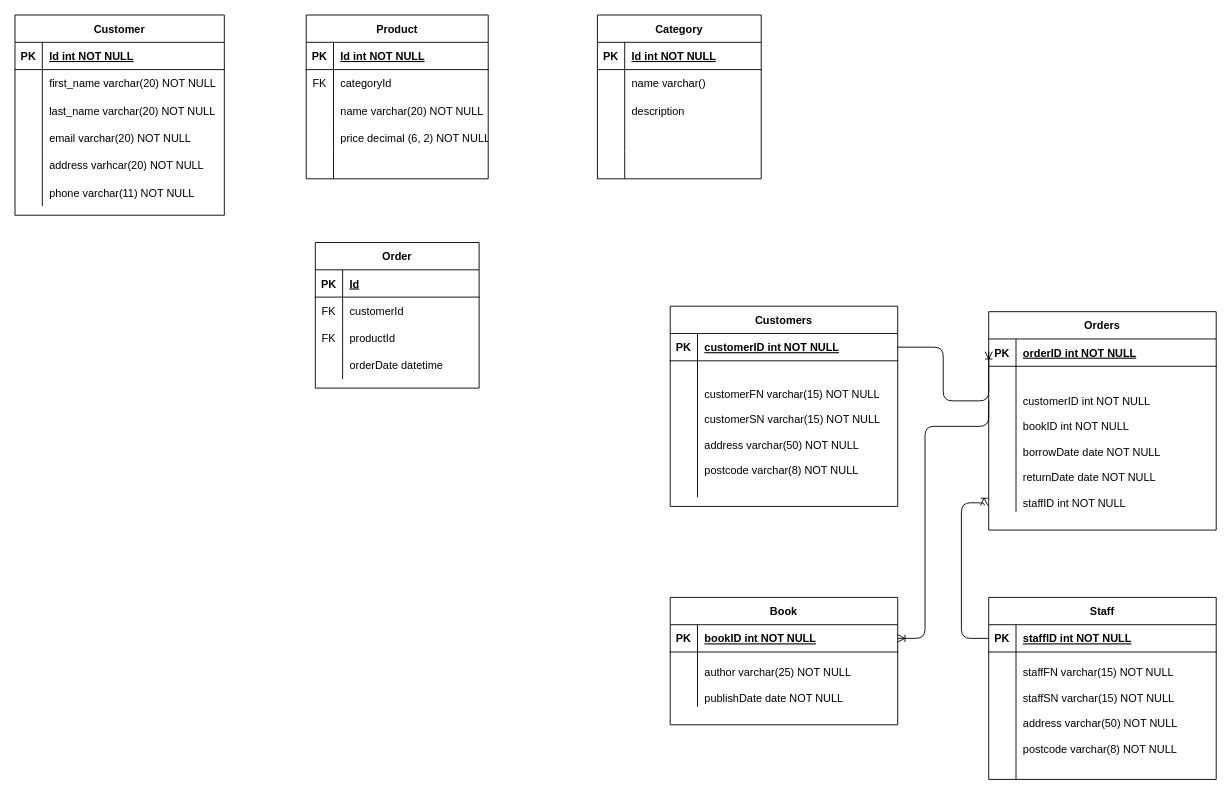
Above: Untitled Diagram.drawio in safyaan-afzal/IMS (draw.io), before the change. Source tidied: cells renumbered, new cells numbered last; positions are measured from the earlier drawing's top-left corner, leaving out a move shared by most shapes. Both pictures are drawn from the tidied source at 91%, with x=0, y=0 at pixel (15, 15).
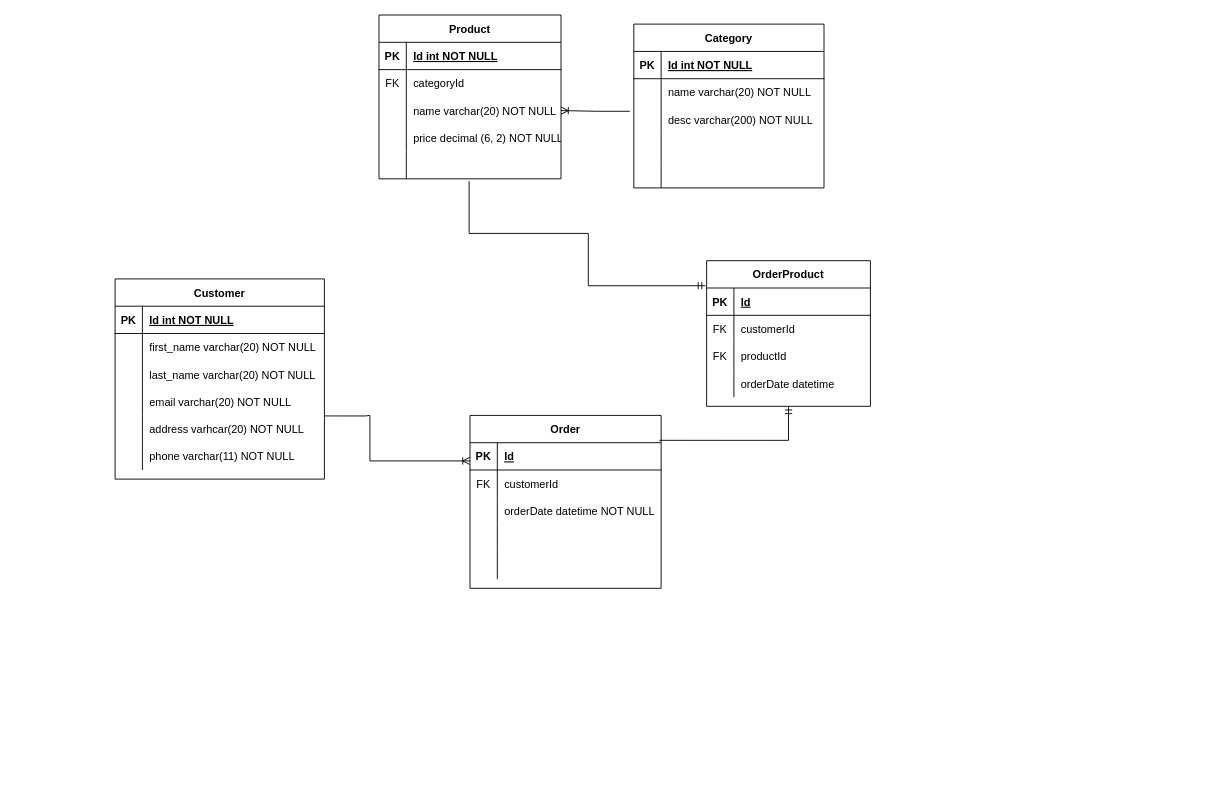
Above is the later version.

The change refers to these unchanged cells:
```xml
<mxCell id="9" style="shape=tableRow;horizontal=0;startSize=0;swimlaneHead=0;swimlaneBody=0;fillColor=none;points=[[0,0.5],[1,0.5]];portConstraint=eastwest;top=0;left=0;right=0;bottom=0;" parent="2" vertex="1">
  <mxGeometry y="90" width="200" height="30" as="geometry" />
</mxCell>
<mxCell id="15" style="shape=tableRow;horizontal=0;startSize=0;swimlaneHead=0;swimlaneBody=0;fillColor=none;points=[[0,0.5],[1,0.5]];portConstraint=eastwest;top=0;left=0;right=0;bottom=0;" parent="2" vertex="1">
  <mxGeometry y="150" width="200" height="30" as="geometry" />
</mxCell>
<mxCell id="44" style="shape=tableRow;horizontal=0;startSize=0;swimlaneHead=0;swimlaneBody=0;fillColor=none;points=[[0,0.5],[1,0.5]];portConstraint=eastwest;top=0;left=0;right=0;bottom=0;" parent="31" vertex="1">
  <mxGeometry y="150" width="230" height="30" as="geometry" />
</mxCell>
```

Change to the diagram source:
```diff
@@
     <mxCell id="2" value="Product" style="shape=table;startSize=30;childLayout=tableLayout;rowLines=0;fontStyle=1;align=center;" parent="1" vertex="1">
-      <mxGeometry x="320" width="200" height="180" as="geometry" />
+      <mxGeometry x="400" width="200" height="180" as="geometry" />
     </mxCell>
@@
     <mxCell id="18" value="Order" style="shape=table;startSize=30;childLayout=tableLayout;rowLines=0;fontStyle=1;align=center;" parent="1" vertex="1">
-      <mxGeometry x="330" y="250" width="180" height="160" as="geometry" />
+      <mxGeometry x="500" y="440" width="210" height="190" as="geometry" />
     </mxCell>
     <mxCell id="19" style="shape=tableRow;horizontal=0;startSize=0;swimlaneHead=0;swimlaneBody=0;fillColor=none;points=[[0,0.5],[1,0.5]];portConstraint=eastwest;top=0;left=0;right=0;bottom=1;" parent="18" vertex="1">
-      <mxGeometry y="30" width="180" height="30" as="geometry" />
+      <mxGeometry y="30" width="210" height="30" as="geometry" />
     </mxCell>
@@
     <mxCell id="21" value="Id" style="shape=partialRectangle;fillColor=none;top=0;left=0;bottom=0;right=0;align=left;spacingLeft=6;fontStyle=5;overflow=hidden;" parent="19" vertex="1">
-      <mxGeometry x="30" width="150" height="30" as="geometry" />
+      <mxGeometry x="30" width="180" height="30" as="geometry" />
     </mxCell>
     <mxCell id="22" style="shape=tableRow;horizontal=0;startSize=0;swimlaneHead=0;swimlaneBody=0;fillColor=none;top=0;left=0;right=0;bottom=0;" parent="18" vertex="1">
-      <mxGeometry y="60" width="180" height="30" as="geometry" />
+      <mxGeometry y="60" width="210" height="30" as="geometry" />
     </mxCell>
@@
     <mxCell id="24" value="customerId" style="shape=partialRectangle;fillColor=none;top=0;left=0;bottom=0;right=0;align=left;spacingLeft=6;overflow=hidden;" parent="22" vertex="1">
-      <mxGeometry x="30" width="150" height="30" as="geometry" />
+      <mxGeometry x="30" width="180" height="30" as="geometry" />
     </mxCell>
+    <mxCell id="98" style="shape=tableRow;horizontal=0;startSize=0;swimlaneHead=0;swimlaneBody=0;fillColor=none;top=0;left=0;right=0;bottom=0;" parent="18" vertex="1">
+      <mxGeometry y="90" width="210" height="30" as="geometry" />
+    </mxCell>
+    <mxCell id="99" style="shape=partialRectangle;fillColor=none;top=0;left=0;bottom=0;right=0;overflow=hidden;" parent="98" vertex="1">
+      <mxGeometry width="30" height="30" as="geometry" />
+    </mxCell>
+    <mxCell id="100" style="shape=partialRectangle;fillColor=none;top=0;left=0;bottom=0;right=0;align=left;spacingLeft=6;overflow=hidden;" parent="98" vertex="1">
+      <mxGeometry x="30" width="180" height="30" as="geometry" />
+    </mxCell>
     <mxCell id="25" style="shape=tableRow;horizontal=0;startSize=0;swimlaneHead=0;swimlaneBody=0;fillColor=none;top=0;left=0;right=0;bottom=0;" parent="18" vertex="1">
-      <mxGeometry y="90" width="180" height="30" as="geometry" />
+      <mxGeometry y="120" width="210" height="30" as="geometry" />
     </mxCell>
-    <mxCell id="26" value="FK" style="shape=partialRectangle;fillColor=none;top=0;left=0;bottom=0;right=0;overflow=hidden;" parent="25" vertex="1">
+    <mxCell id="26" style="shape=partialRectangle;fillColor=none;top=0;left=0;bottom=0;right=0;overflow=hidden;" parent="25" vertex="1">
       <mxGeometry width="30" height="30" as="geometry" />
     </mxCell>
-    <mxCell id="27" value="productId" style="shape=partialRectangle;fillColor=none;top=0;left=0;bottom=0;right=0;align=left;spacingLeft=6;overflow=hidden;" parent="25" vertex="1">
-      <mxGeometry x="30" width="150" height="30" as="geometry" />
+    <mxCell id="27" style="shape=partialRectangle;fillColor=none;top=0;left=0;bottom=0;right=0;align=left;spacingLeft=6;overflow=hidden;" parent="25" vertex="1">
+      <mxGeometry x="30" width="180" height="30" as="geometry" />
     </mxCell>
     <mxCell id="28" style="shape=tableRow;horizontal=0;startSize=0;swimlaneHead=0;swimlaneBody=0;fillColor=none;top=0;left=0;right=0;bottom=0;" parent="18" vertex="1">
-      <mxGeometry y="120" width="180" height="30" as="geometry" />
+      <mxGeometry y="150" width="210" height="30" as="geometry" />
     </mxCell>
@@
-    <mxCell id="30" value="orderDate datetime" style="shape=partialRectangle;fillColor=none;top=0;left=0;bottom=0;right=0;align=left;spacingLeft=6;overflow=hidden;" parent="28" vertex="1">
-      <mxGeometry x="30" width="150" height="30" as="geometry" />
+    <mxCell id="30" style="shape=partialRectangle;fillColor=none;top=0;left=0;bottom=0;right=0;align=left;spacingLeft=6;overflow=hidden;" parent="28" vertex="1">
+      <mxGeometry x="30" width="180" height="30" as="geometry" />
     </mxCell>
     <mxCell id="31" value="Customer" style="shape=table;startSize=30;childLayout=tableLayout;rowLines=0;fontStyle=1;align=center;" parent="1" vertex="1">
-      <mxGeometry width="230" height="220" as="geometry" />
+      <mxGeometry x="110" y="290" width="230" height="220" as="geometry" />
     </mxCell>
@@
     <mxCell id="50" value="Category" style="shape=table;startSize=30;childLayout=tableLayout;rowLines=0;fontStyle=1;align=center;" parent="1" vertex="1">
-      <mxGeometry x="640" width="180" height="180" as="geometry" />
+      <mxGeometry x="680" y="10" width="209" height="180" as="geometry" />
     </mxCell>
     <mxCell id="51" style="shape=tableRow;horizontal=0;startSize=0;swimlaneHead=0;swimlaneBody=0;fillColor=none;top=0;left=0;right=0;bottom=1;" parent="50" vertex="1">
-      <mxGeometry y="30" width="180" height="30" as="geometry" />
+      <mxGeometry y="30" width="209" height="30" as="geometry" />
     </mxCell>
@@
     <mxCell id="53" value="Id int NOT NULL" style="shape=partialRectangle;fillColor=none;top=0;left=0;bottom=0;right=0;align=left;spacingLeft=6;fontStyle=5;overflow=hidden;" parent="51" vertex="1">
-      <mxGeometry x="30" width="150" height="30" as="geometry" />
+      <mxGeometry x="30" width="179" height="30" as="geometry" />
     </mxCell>
     <mxCell id="54" style="shape=tableRow;horizontal=0;startSize=0;swimlaneHead=0;swimlaneBody=0;fillColor=none;top=0;left=0;right=0;bottom=0;" parent="50" vertex="1">
-      <mxGeometry y="60" width="180" height="30" as="geometry" />
+      <mxGeometry y="60" width="209" height="30" as="geometry" />
     </mxCell>
@@
-    <mxCell id="56" value="name varchar()" style="shape=partialRectangle;fillColor=none;top=0;left=0;bottom=0;right=0;align=left;spacingLeft=6;overflow=hidden;" parent="54" vertex="1">
-      <mxGeometry x="30" width="150" height="30" as="geometry" />
+    <mxCell id="56" value="name varchar(20) NOT NULL" style="shape=partialRectangle;fillColor=none;top=0;left=0;bottom=0;right=0;align=left;spacingLeft=6;overflow=hidden;" parent="54" vertex="1">
+      <mxGeometry x="30" width="179" height="30" as="geometry" />
     </mxCell>
     <mxCell id="57" style="shape=tableRow;horizontal=0;startSize=0;swimlaneHead=0;swimlaneBody=0;fillColor=none;points=[[0,0.5],[1,0.5]];portConstraint=eastwest;top=0;left=0;right=0;bottom=0;" parent="50" vertex="1">
-      <mxGeometry y="90" width="180" height="30" as="geometry" />
+      <mxGeometry y="90" width="209" height="30" as="geometry" />
     </mxCell>
@@
-    <mxCell id="59" value="description" style="shape=partialRectangle;fillColor=none;top=0;left=0;bottom=0;right=0;align=left;spacingLeft=6;overflow=hidden;" parent="57" vertex="1">
-      <mxGeometry x="30" width="150" height="30" as="geometry" />
+    <mxCell id="59" value="desc varchar(200) NOT NULL" style="shape=partialRectangle;fillColor=none;top=0;left=0;bottom=0;right=0;align=left;spacingLeft=6;overflow=hidden;" parent="57" vertex="1">
+      <mxGeometry x="30" width="179" height="30" as="geometry" />
     </mxCell>
     <mxCell id="60" style="shape=tableRow;horizontal=0;startSize=0;swimlaneHead=0;swimlaneBody=0;fillColor=none;top=0;left=0;right=0;bottom=0;" parent="50" vertex="1">
-      <mxGeometry y="120" width="180" height="30" as="geometry" />
+      <mxGeometry y="120" width="209" height="30" as="geometry" />
     </mxCell>
@@
     <mxCell id="62" style="shape=partialRectangle;fillColor=none;top=0;left=0;bottom=0;right=0;align=left;spacingLeft=6;overflow=hidden;" parent="60" vertex="1">
-      <mxGeometry x="30" width="150" height="30" as="geometry" />
+      <mxGeometry x="30" width="179" height="30" as="geometry" />
     </mxCell>
     <mxCell id="63" style="shape=tableRow;horizontal=0;startSize=0;swimlaneHead=0;swimlaneBody=0;fillColor=none;top=0;left=0;right=0;bottom=0;" parent="50" vertex="1">
-      <mxGeometry y="150" width="180" height="30" as="geometry" />
+      <mxGeometry y="150" width="209" height="30" as="geometry" />
     </mxCell>
@@
     <mxCell id="65" style="shape=partialRectangle;fillColor=none;top=0;left=0;bottom=0;right=0;align=left;spacingLeft=6;overflow=hidden;" parent="63" vertex="1">
-      <mxGeometry x="30" width="150" height="30" as="geometry" />
+      <mxGeometry x="30" width="179" height="30" as="geometry" />
     </mxCell>
-    <mxCell id="66" style="group;" parent="1" vertex="1">
-      <mxGeometry x="720" y="320" width="600" height="520" as="geometry" />
-    </mxCell>
-    <mxCell id="67" value="Book" style="shape=table;startSize=30;childLayout=tableLayout;rowLines=0;fontStyle=1;align=center;" parent="66" vertex="1">
-      <mxGeometry y="320" width="250" height="140" as="geometry" />
-    </mxCell>
-    <mxCell id="68" style="shape=partialRectangle;fillColor=none;points=[[0,0.5],[1,0.5]];portConstraint=eastwest;top=0;left=0;right=0;bottom=1;" parent="67" vertex="1">
-      <mxGeometry y="30" width="250" height="30" as="geometry" />
-    </mxCell>
-    <mxCell id="69" value="PK" style="shape=partialRectangle;overflow=hidden;fillColor=none;top=0;left=0;bottom=0;right=0;fontStyle=1;" parent="68" vertex="1">
-      <mxGeometry width="30" height="30" as="geometry" />
-    </mxCell>
-    <mxCell id="70" value="bookID int NOT NULL " style="shape=partialRectangle;overflow=hidden;fillColor=none;top=0;left=0;bottom=0;right=0;align=left;spacingLeft=6;fontStyle=5;" parent="68" vertex="1">
-      <mxGeometry x="30" width="220" height="30" as="geometry" />
-    </mxCell>
-    <mxCell id="71" style="shape=partialRectangle;fillColor=none;top=0;left=0;right=0;bottom=0;" parent="67" vertex="1">
-      <mxGeometry y="60" width="250" height="60" as="geometry" />
-    </mxCell>
-    <mxCell id="72" style="shape=partialRectangle;overflow=hidden;fillColor=none;top=0;left=0;bottom=0;right=0;" parent="71" vertex="1">
-      <mxGeometry width="30" height="60" as="geometry" />
-    </mxCell>
-    <mxCell id="73" value="&#10;author varchar(25) NOT NULL&#10;&#10;publishDate date NOT NULL&#10;&#10;" style="shape=partialRectangle;overflow=hidden;fillColor=none;top=0;left=0;bottom=0;right=0;align=left;spacingLeft=6;" parent="71" vertex="1">
-      <mxGeometry x="30" width="220" height="60" as="geometry" />
-    </mxCell>
-    <mxCell id="74" value="Staff" style="shape=table;startSize=30;childLayout=tableLayout;rowLines=0;fontStyle=1;align=center;" parent="66" vertex="1">
-      <mxGeometry x="350" y="320" width="250" height="200" as="geometry" />
-    </mxCell>
-    <mxCell id="75" style="shape=partialRectangle;fillColor=none;points=[[0,0.5],[1,0.5]];portConstraint=eastwest;top=0;left=0;right=0;bottom=1;" parent="74" vertex="1">
-      <mxGeometry y="30" width="250" height="30" as="geometry" />
-    </mxCell>
-    <mxCell id="76" value="PK" style="shape=partialRectangle;overflow=hidden;fillColor=none;top=0;left=0;bottom=0;right=0;fontStyle=1;" parent="75" vertex="1">
-      <mxGeometry width="30" height="30" as="geometry" />
-    </mxCell>
-    <mxCell id="77" value="staffID int NOT NULL " style="shape=partialRectangle;overflow=hidden;fillColor=none;top=0;left=0;bottom=0;right=0;align=left;spacingLeft=6;fontStyle=5;" parent="75" vertex="1">
-      <mxGeometry x="30" width="220" height="30" as="geometry" />
-    </mxCell>
-    <mxCell id="78" style="shape=partialRectangle;fillColor=none;top=0;left=0;right=0;bottom=0;" parent="74" vertex="1">
-      <mxGeometry y="60" width="250" height="140" as="geometry" />
-    </mxCell>
-    <mxCell id="79" style="shape=partialRectangle;overflow=hidden;fillColor=none;top=0;left=0;bottom=0;right=0;" parent="78" vertex="1">
-      <mxGeometry width="30" height="140" as="geometry" />
-    </mxCell>
-    <mxCell id="80" value="&#10;staffFN varchar(15) NOT NULL&#10;&#10;staffSN varchar(15) NOT NULL&#10;&#10;address varchar(50) NOT NULL&#10;&#10;postcode varchar(8) NOT NULL&#10;&#10;" style="shape=partialRectangle;overflow=hidden;fillColor=none;top=0;left=0;bottom=0;right=0;align=left;spacingLeft=6;" parent="78" vertex="1">
-      <mxGeometry x="30" width="220" height="140" as="geometry" />
-    </mxCell>
-    <mxCell id="81" value="Customers" style="shape=table;startSize=30;childLayout=tableLayout;rowLines=0;fontStyle=1;align=center;" parent="66" vertex="1">
-      <mxGeometry width="250" height="220" as="geometry" />
-    </mxCell>
-    <mxCell id="82" style="shape=partialRectangle;fillColor=none;points=[[0,0.5],[1,0.5]];portConstraint=eastwest;top=0;left=0;right=0;bottom=1;" parent="81" vertex="1">
-      <mxGeometry y="30" width="250" height="30" as="geometry" />
-    </mxCell>
-    <mxCell id="83" value="PK" style="shape=partialRectangle;overflow=hidden;fillColor=none;top=0;left=0;bottom=0;right=0;fontStyle=1;" parent="82" vertex="1">
-      <mxGeometry width="30" height="30" as="geometry" />
-    </mxCell>
-    <mxCell id="84" value="customerID int NOT NULL " style="shape=partialRectangle;overflow=hidden;fillColor=none;top=0;left=0;bottom=0;right=0;align=left;spacingLeft=6;fontStyle=5;" parent="82" vertex="1">
-      <mxGeometry x="30" width="220" height="30" as="geometry" />
-    </mxCell>
-    <mxCell id="85" style="shape=partialRectangle;fillColor=none;top=0;left=0;right=0;bottom=0;" parent="81" vertex="1">
-      <mxGeometry y="60" width="250" height="150" as="geometry" />
-    </mxCell>
-    <mxCell id="86" style="shape=partialRectangle;overflow=hidden;fillColor=none;top=0;left=0;bottom=0;right=0;" parent="85" vertex="1">
-      <mxGeometry width="30" height="150" as="geometry" />
-    </mxCell>
-    <mxCell id="87" value="&#10;&#10;customerFN varchar(15) NOT NULL&#10;&#10;customerSN varchar(15) NOT NULL&#10;&#10;address varchar(50) NOT NULL&#10;&#10;postcode varchar(8) NOT NULL&#10;&#10;" style="shape=partialRectangle;overflow=hidden;fillColor=none;top=0;left=0;bottom=0;right=0;align=left;spacingLeft=6;" parent="85" vertex="1">
-      <mxGeometry x="30" width="220" height="150" as="geometry" />
-    </mxCell>
-    <mxCell id="88" value="Orders" style="shape=table;startSize=30;childLayout=tableLayout;rowLines=0;fontStyle=1;align=center;" parent="66" vertex="1">
-      <mxGeometry x="350" y="6" width="250" height="240" as="geometry" />
-    </mxCell>
-    <mxCell id="89" style="shape=partialRectangle;fillColor=none;top=0;left=0;right=0;bottom=1;" parent="88" vertex="1">
-      <mxGeometry y="30" width="250" height="30" as="geometry" />
-    </mxCell>
-    <mxCell id="90" value="PK" style="shape=partialRectangle;overflow=hidden;fillColor=none;top=0;left=0;bottom=0;right=0;fontStyle=1;" parent="89" vertex="1">
-      <mxGeometry width="30" height="30" as="geometry" />
-    </mxCell>
-    <mxCell id="91" value="orderID int NOT NULL " style="shape=partialRectangle;overflow=hidden;fillColor=none;top=0;left=0;bottom=0;right=0;align=left;spacingLeft=6;fontStyle=5;" parent="89" vertex="1">
-      <mxGeometry x="30" width="220" height="30" as="geometry" />
-    </mxCell>
-    <mxCell id="92" style="shape=partialRectangle;fillColor=none;top=0;left=0;right=0;bottom=0;" parent="88" vertex="1">
-      <mxGeometry y="60" width="250" height="160" as="geometry" />
-    </mxCell>
-    <mxCell id="93" value="&#10;&#10;&#10;&#10;&#10;&#10;" style="shape=partialRectangle;overflow=hidden;fillColor=none;top=0;left=0;bottom=0;right=0;" parent="92" vertex="1">
-      <mxGeometry width="30" height="160" as="geometry" />
-    </mxCell>
-    <mxCell id="94" value="&#10;&#10;customerID int NOT NULL&#10;&#10;bookID int NOT NULL&#10;&#10;borrowDate date NOT NULL&#10;&#10;returnDate date NOT NULL&#10;&#10;staffID int NOT NULL" style="shape=partialRectangle;overflow=hidden;fillColor=none;top=0;left=0;bottom=0;right=0;align=left;spacingLeft=6;" parent="92" vertex="1">
-      <mxGeometry x="30" width="220" height="160" as="geometry" />
-    </mxCell>
-    <mxCell id="95" style="edgeStyle=orthogonalEdgeStyle;fontSize=12;html=1;endArrow=ERoneToMany;entryX=0;entryY=0.5;entryDx=0;entryDy=0;exitX=1;exitY=0.5;exitDx=0;exitDy=0;" parent="66" edge="1" source="82">
-      <mxGeometry relative="1" as="geometry">
-        <mxPoint x="350" y="50" as="targetPoint" />
-        <Array as="points">
-          <mxPoint x="300" y="45" />
-          <mxPoint x="300" y="104" />
-        </Array>
-      </mxGeometry>
-    </mxCell>
-    <mxCell id="96" style="edgeStyle=orthogonalEdgeStyle;fontSize=12;html=1;endArrow=ERoneToMany;entryX=1;entryY=0.5;entryDx=0;entryDy=0;exitX=0;exitY=0.5;exitDx=0;exitDy=0;" parent="66" edge="1" target="68">
-      <mxGeometry relative="1" as="geometry">
-        <mxPoint x="350" y="104" as="sourcePoint" />
-        <Array as="points">
-          <mxPoint x="280" y="132" />
-          <mxPoint x="280" y="365" />
-        </Array>
-      </mxGeometry>
-    </mxCell>
-    <mxCell id="97" style="edgeStyle=orthogonalEdgeStyle;fontSize=12;html=1;endArrow=ERoneToMany;entryX=0;entryY=0.5;entryDx=0;entryDy=0;exitX=0;exitY=0.5;exitDx=0;exitDy=0;" parent="66" edge="1" source="75">
-      <mxGeometry relative="1" as="geometry">
-        <mxPoint x="345" y="219" as="targetPoint" />
-        <Array as="points">
-          <mxPoint x="320" y="365" />
-          <mxPoint x="320" y="216" />
-        </Array>
-      </mxGeometry>
-    </mxCell>
+    <mxCell id="101" style="edgeStyle=orthogonalEdgeStyle;fontSize=12;html=1;endArrow=ERoneToMany;rounded=0;exitX=1.003;exitY=0.019;exitDx=0;exitDy=0;exitPerimeter=0;entryX=0;entryY=0.667;entryDx=0;entryDy=0;entryPerimeter=0;" parent="1" edge="1" source="44" target="19">
+      <mxGeometry relative="1" as="geometry">
+        <Array as="points">
+          <mxPoint x="385" y="441" />
+          <mxPoint x="390" y="440" />
+          <mxPoint x="390" y="490" />
+        </Array>
+      </mxGeometry>
+    </mxCell>
+    <mxCell id="102" style="edgeStyle=orthogonalEdgeStyle;fontSize=12;html=1;endArrow=ERoneToMany;rounded=0;exitX=-0.021;exitY=0.193;exitDx=0;exitDy=0;exitPerimeter=0;entryX=1;entryY=0.5;entryDx=0;entryDy=0;" parent="1" edge="1" source="57" target="9">
+      <mxGeometry relative="1" as="geometry" />
+    </mxCell>
+    <mxCell id="103" value="OrderProduct" style="shape=table;startSize=30;childLayout=tableLayout;rowLines=0;fontStyle=1;align=center;" parent="1" vertex="1">
+      <mxGeometry x="760" y="270" width="180" height="160" as="geometry" />
+    </mxCell>
+    <mxCell id="104" style="shape=tableRow;horizontal=0;startSize=0;swimlaneHead=0;swimlaneBody=0;fillColor=none;points=[[0,0.5],[1,0.5]];portConstraint=eastwest;top=0;left=0;right=0;bottom=1;" parent="103" vertex="1">
+      <mxGeometry y="30" width="180" height="30" as="geometry" />
+    </mxCell>
+    <mxCell id="105" value="PK" style="shape=partialRectangle;fillColor=none;top=0;left=0;bottom=0;right=0;fontStyle=1;overflow=hidden;" parent="104" vertex="1">
+      <mxGeometry width="30" height="30" as="geometry" />
+    </mxCell>
+    <mxCell id="106" value="Id" style="shape=partialRectangle;fillColor=none;top=0;left=0;bottom=0;right=0;align=left;spacingLeft=6;fontStyle=5;overflow=hidden;" parent="104" vertex="1">
+      <mxGeometry x="30" width="150" height="30" as="geometry" />
+    </mxCell>
+    <mxCell id="107" style="shape=tableRow;horizontal=0;startSize=0;swimlaneHead=0;swimlaneBody=0;fillColor=none;top=0;left=0;right=0;bottom=0;" parent="103" vertex="1">
+      <mxGeometry y="60" width="180" height="30" as="geometry" />
+    </mxCell>
+    <mxCell id="108" value="FK" style="shape=partialRectangle;fillColor=none;top=0;left=0;bottom=0;right=0;overflow=hidden;" parent="107" vertex="1">
+      <mxGeometry width="30" height="30" as="geometry" />
+    </mxCell>
+    <mxCell id="109" value="customerId" style="shape=partialRectangle;fillColor=none;top=0;left=0;bottom=0;right=0;align=left;spacingLeft=6;overflow=hidden;" parent="107" vertex="1">
+      <mxGeometry x="30" width="150" height="30" as="geometry" />
+    </mxCell>
+    <mxCell id="110" style="shape=tableRow;horizontal=0;startSize=0;swimlaneHead=0;swimlaneBody=0;fillColor=none;top=0;left=0;right=0;bottom=0;" parent="103" vertex="1">
+      <mxGeometry y="90" width="180" height="30" as="geometry" />
+    </mxCell>
+    <mxCell id="111" value="FK" style="shape=partialRectangle;fillColor=none;top=0;left=0;bottom=0;right=0;overflow=hidden;" parent="110" vertex="1">
+      <mxGeometry width="30" height="30" as="geometry" />
+    </mxCell>
+    <mxCell id="112" value="productId" style="shape=partialRectangle;fillColor=none;top=0;left=0;bottom=0;right=0;align=left;spacingLeft=6;overflow=hidden;" parent="110" vertex="1">
+      <mxGeometry x="30" width="150" height="30" as="geometry" />
+    </mxCell>
+    <mxCell id="113" style="shape=tableRow;horizontal=0;startSize=0;swimlaneHead=0;swimlaneBody=0;fillColor=none;top=0;left=0;right=0;bottom=0;" parent="103" vertex="1">
+      <mxGeometry y="120" width="180" height="30" as="geometry" />
+    </mxCell>
+    <mxCell id="114" style="shape=partialRectangle;fillColor=none;top=0;left=0;bottom=0;right=0;overflow=hidden;" parent="113" vertex="1">
+      <mxGeometry width="30" height="30" as="geometry" />
+    </mxCell>
+    <mxCell id="115" value="orderDate datetime" style="shape=partialRectangle;fillColor=none;top=0;left=0;bottom=0;right=0;align=left;spacingLeft=6;overflow=hidden;" parent="113" vertex="1">
+      <mxGeometry x="30" width="150" height="30" as="geometry" />
+    </mxCell>
+    <mxCell id="116" style="edgeStyle=orthogonalEdgeStyle;fontSize=12;html=1;endArrow=ERmandOne;rounded=0;entryX=0.5;entryY=1;entryDx=0;entryDy=0;exitX=0.991;exitY=-0.087;exitDx=0;exitDy=0;exitPerimeter=0;" parent="1" edge="1" source="19" target="103">
+      <mxGeometry relative="1" as="geometry" />
+    </mxCell>
+    <mxCell id="117" style="edgeStyle=orthogonalEdgeStyle;fontSize=12;html=1;endArrow=ERmandOne;rounded=0;entryX=-0.007;entryY=-0.084;entryDx=0;entryDy=0;exitX=0.495;exitY=1.088;exitDx=0;exitDy=0;exitPerimeter=0;entryPerimeter=0;" parent="1" edge="1" source="15" target="104">
+      <mxGeometry relative="1" as="geometry">
+        <Array as="points">
+          <mxPoint x="499" y="240" />
+          <mxPoint x="630" y="240" />
+          <mxPoint x="630" y="297" />
+        </Array>
+      </mxGeometry>
+    </mxCell>
+    <mxCell id="118" value="orderDate datetime NOT NULL" style="shape=partialRectangle;fillColor=none;top=0;left=0;bottom=0;right=0;align=left;spacingLeft=6;overflow=hidden;" parent="1" vertex="1">
+      <mxGeometry x="530" y="530" width="180" height="30" as="geometry" />
+    </mxCell>
```
